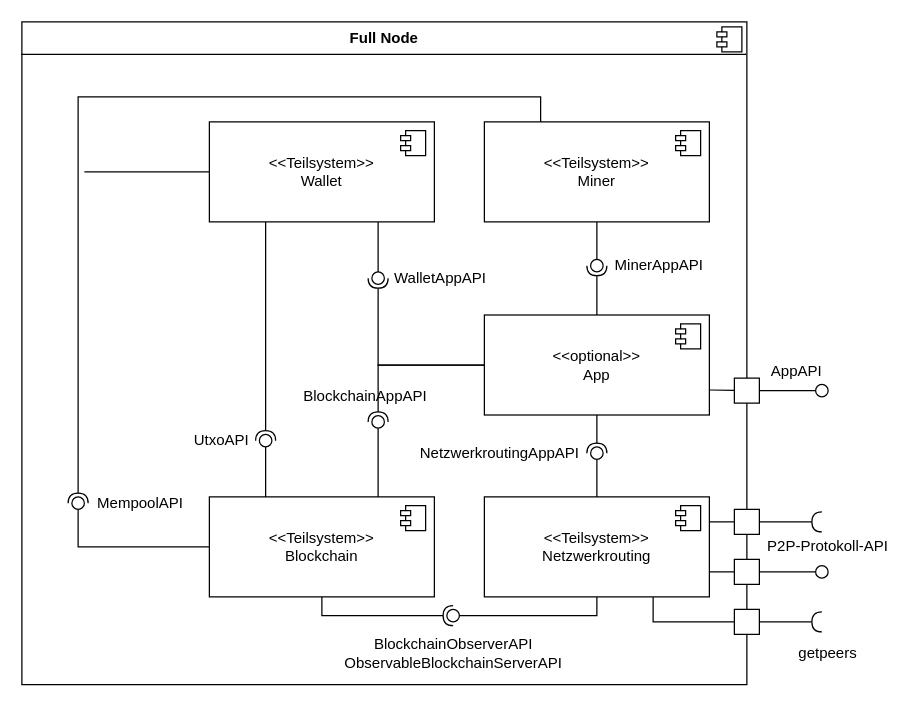
The draw.io diagram docs/arc42/arc42-MinerNetwork/images/Layer 2.drawio in bjoern621/VSP-Blockchain, before the edit. Source tidied: cells renumbered, new cells numbered last; positions are measured from the earlier drawing's top-left corner, leaving out a move shared by most shapes. Both pictures are drawn from the tidied source at 125%, with x=0, y=0 at pixel (21, 21).
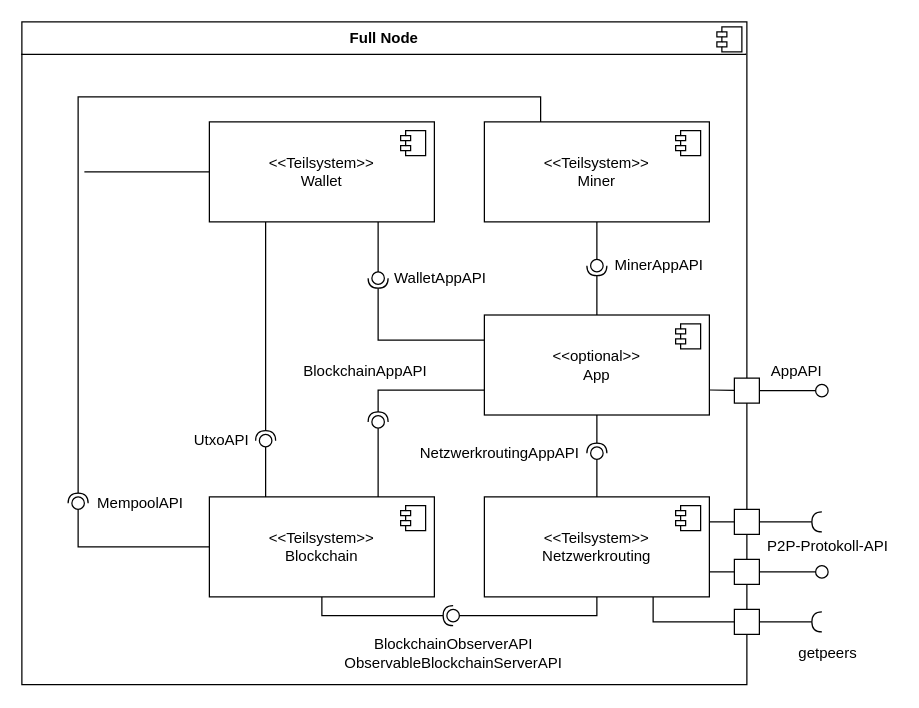
Above is the later version.

The change refers to these unchanged cells:
```xml
<mxCell id="19" value="&lt;div&gt;&amp;lt;&amp;lt;optional&amp;gt;&amp;gt;&lt;/div&gt;&lt;div&gt;App&lt;/div&gt;" style="html=1;whiteSpace=wrap;" parent="1" vertex="1">
  <mxGeometry x="370" y="234.5" width="180" height="80" as="geometry" />
</mxCell>
<mxCell id="41" style="ellipse;whiteSpace=wrap;html=1;align=center;fillColor=none;strokeColor=none;perimeter=centerPerimeter;points=[];outlineConnect=1;" parent="1" vertex="1">
  <mxGeometry x="280" y="200" width="10" height="10" as="geometry" />
</mxCell>
<mxCell id="49" style="ellipse;whiteSpace=wrap;html=1;align=center;fillColor=none;strokeColor=none;perimeter=centerPerimeter;points=[];outlineConnect=1;" parent="1" vertex="1">
  <mxGeometry x="280" y="315" width="10" height="10" as="geometry" />
</mxCell>
```

The edit, as a diff of the source:
```diff
@@
-    <mxCell id="39" style="rounded=0;jettySize=auto;html=1;endArrow=halfCircle;endFill=0;endSize=6;strokeWidth=1;sketch=0;exitX=0;exitY=0.5;exitDx=0;exitDy=0;edgeStyle=orthogonalEdgeStyle;" parent="1" edge="1" source="19" target="41">
+    <mxCell id="39" style="rounded=0;jettySize=auto;html=1;endArrow=halfCircle;endFill=0;endSize=6;strokeWidth=1;sketch=0;exitX=0;exitY=0.25;exitDx=0;exitDy=0;edgeStyle=orthogonalEdgeStyle;" parent="1" edge="1" source="19" target="41">
       <mxGeometry relative="1" as="geometry" />
     </mxCell>
@@
-    <mxCell id="47" style="rounded=0;jettySize=auto;html=1;endArrow=halfCircle;endFill=0;endSize=6;strokeWidth=1;sketch=0;exitX=0;exitY=0.5;exitDx=0;exitDy=0;edgeStyle=orthogonalEdgeStyle;" parent="1" edge="1" source="19" target="49">
+    <mxCell id="47" style="rounded=0;jettySize=auto;html=1;endArrow=halfCircle;endFill=0;endSize=6;strokeWidth=1;sketch=0;exitX=0;exitY=0.75;exitDx=0;exitDy=0;edgeStyle=orthogonalEdgeStyle;" parent="1" edge="1" source="19" target="49">
       <mxGeometry relative="1" as="geometry">
         <Array as="points">
-          <mxPoint x="285" y="274" />
+          <mxPoint x="285" y="295" />
         </Array>
       </mxGeometry>
     </mxCell>
@@
     <mxCell id="50" value="BlockchainAppAPI" style="text;html=1;whiteSpace=wrap;strokeColor=none;fillColor=none;align=center;verticalAlign=middle;rounded=0;" parent="1" vertex="1">
-      <mxGeometry x="220" y="285" width="110" height="30" as="geometry" />
+      <mxGeometry x="220" y="265" width="110" height="30" as="geometry" />
     </mxCell>
```
